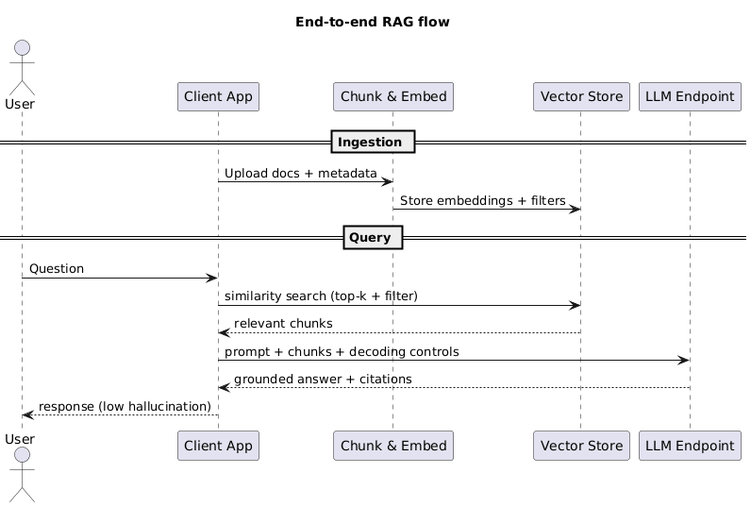
Before: _site/study/assets/rag_architecture.png, a diagram exported from PlantUML (gLuColte/glucolte.github.io). The source it was exported from:
```plantuml
@startuml
title End-to-end RAG flow

actor User
participant "Client App" as APP
participant "Chunk & Embed" as INGEST
participant "Vector Store" as VECTOR
participant "LLM Endpoint" as LLM

== Ingestion ==
APP -> INGEST: Upload docs + metadata
INGEST -> VECTOR: Store embeddings + filters

== Query ==
User -> APP: Question
APP -> VECTOR: similarity search (top-k + filter)
VECTOR --> APP: relevant chunks
APP -> LLM: prompt + chunks + decoding controls
LLM --> APP: grounded answer + citations
APP --> User: response (low hallucination)
@enduml
```
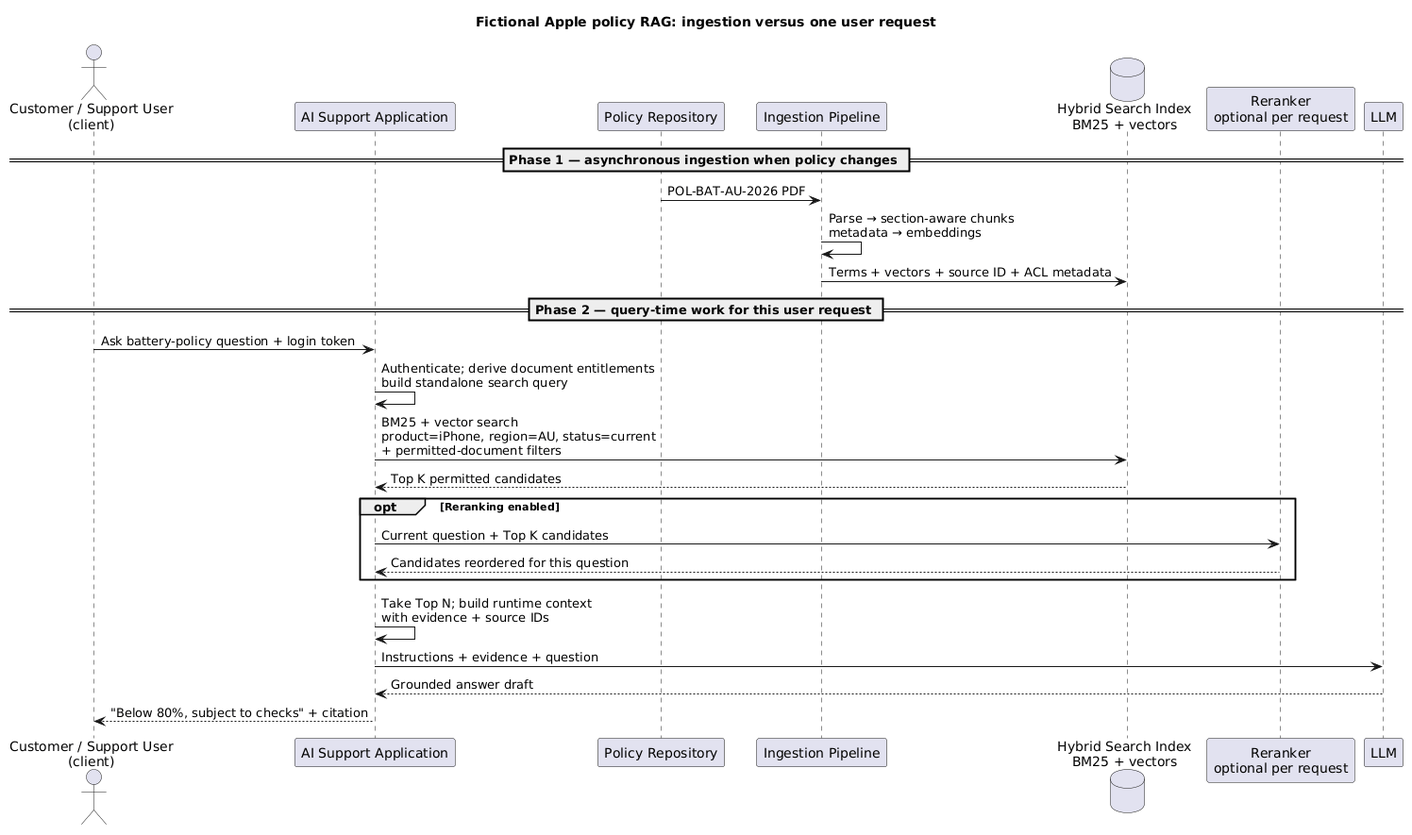
After the commit.

Diff of the diagram source:
```diff
@@ -1,21 +1,31 @@
 @startuml
-title End-to-end RAG flow
+title Fictional Apple policy RAG: ingestion versus one user request
+actor "Customer / Support User\n(client)" as User
+participant "AI Support Application" as App
+participant "Policy Repository" as Docs
+participant "Ingestion Pipeline" as Ingest
+database "Hybrid Search Index\nBM25 + vectors" as Index
+participant "Reranker\noptional per request" as Reranker
+participant LLM
 
-actor User
-participant "Client App" as APP
-participant "Chunk & Embed" as INGEST
-participant "Vector Store" as VECTOR
-participant "LLM Endpoint" as LLM
+== Phase 1 — asynchronous ingestion when policy changes ==
+Docs -> Ingest: POL-BAT-AU-2026 PDF
+Ingest -> Ingest: Parse → section-aware chunks\nmetadata → embeddings
+Ingest -> Index: Terms + vectors + source ID + ACL metadata
 
-== Ingestion ==
-APP -> INGEST: Upload docs + metadata
-INGEST -> VECTOR: Store embeddings + filters
+== Phase 2 — query-time work for this user request ==
+User -> App: Ask battery-policy question + login token
+App -> App: Authenticate; derive document entitlements\nbuild standalone search query
+App -> Index: BM25 + vector search\nproduct=iPhone, region=AU, status=current\n+ permitted-document filters
+Index --> App: Top K permitted candidates
 
-== Query ==
-User -> APP: Question
-APP -> VECTOR: similarity search (top-k + filter)
-VECTOR --> APP: relevant chunks
-APP -> LLM: prompt + chunks + decoding controls
-LLM --> APP: grounded answer + citations
-APP --> User: response (low hallucination)
+opt Reranking enabled
+  App -> Reranker: Current question + Top K candidates
+  Reranker --> App: Candidates reordered for this question
+end
+
+App -> App: Take Top N; build runtime context\nwith evidence + source IDs
+App -> LLM: Instructions + evidence + question
+LLM --> App: Grounded answer draft
+App --> User: "Below 80%, subject to checks" + citation
 @enduml
```
